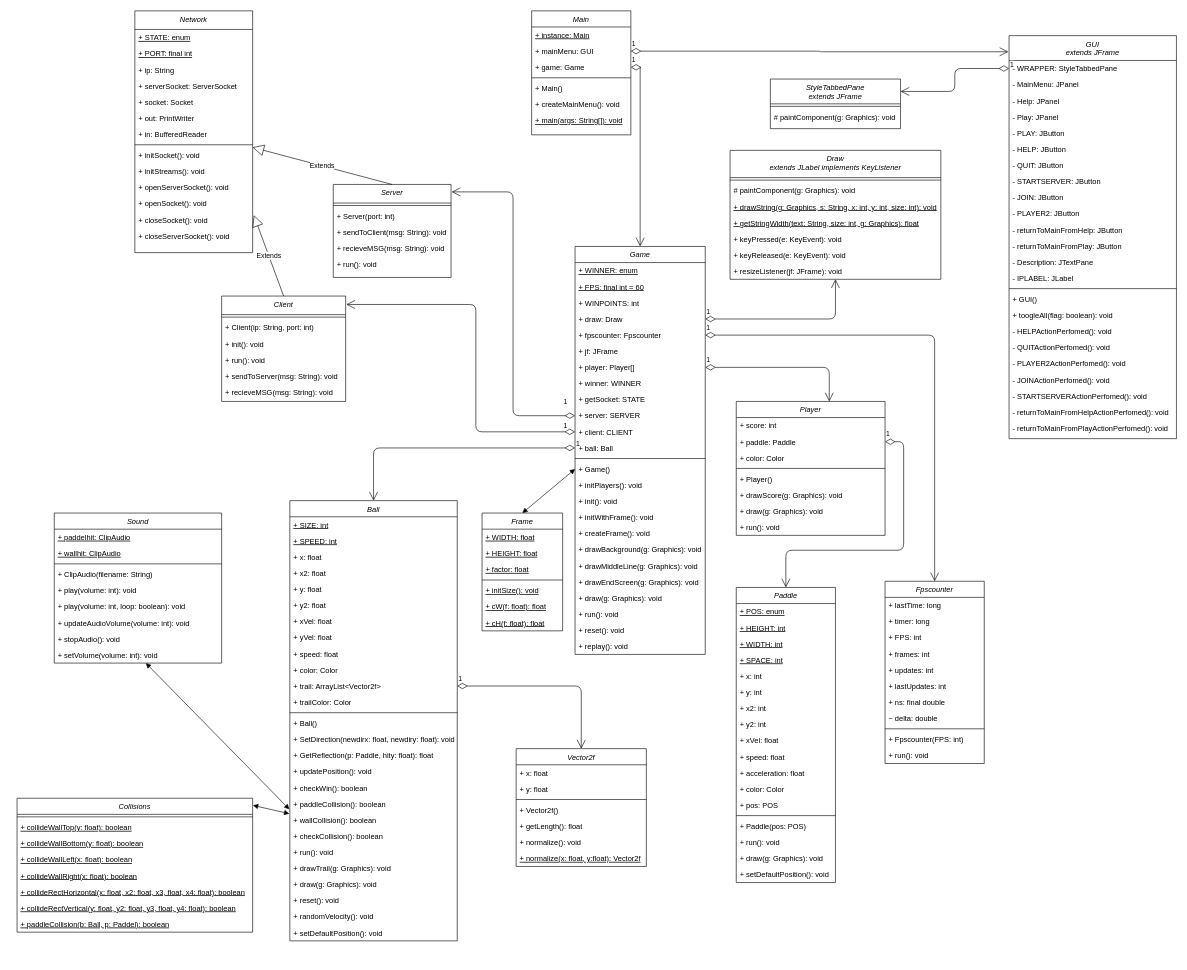
The draw.io diagram Klassendiagramm.drawio in ViktorTrojan/SimplePong, before the edit. Source tidied: cells renumbered, new cells numbered last; positions are measured from the earlier drawing's top-left corner, leaving out a move shared by most shapes. Both pictures are drawn from the tidied source at 62%, with x=0, y=0 at pixel (17, 11).
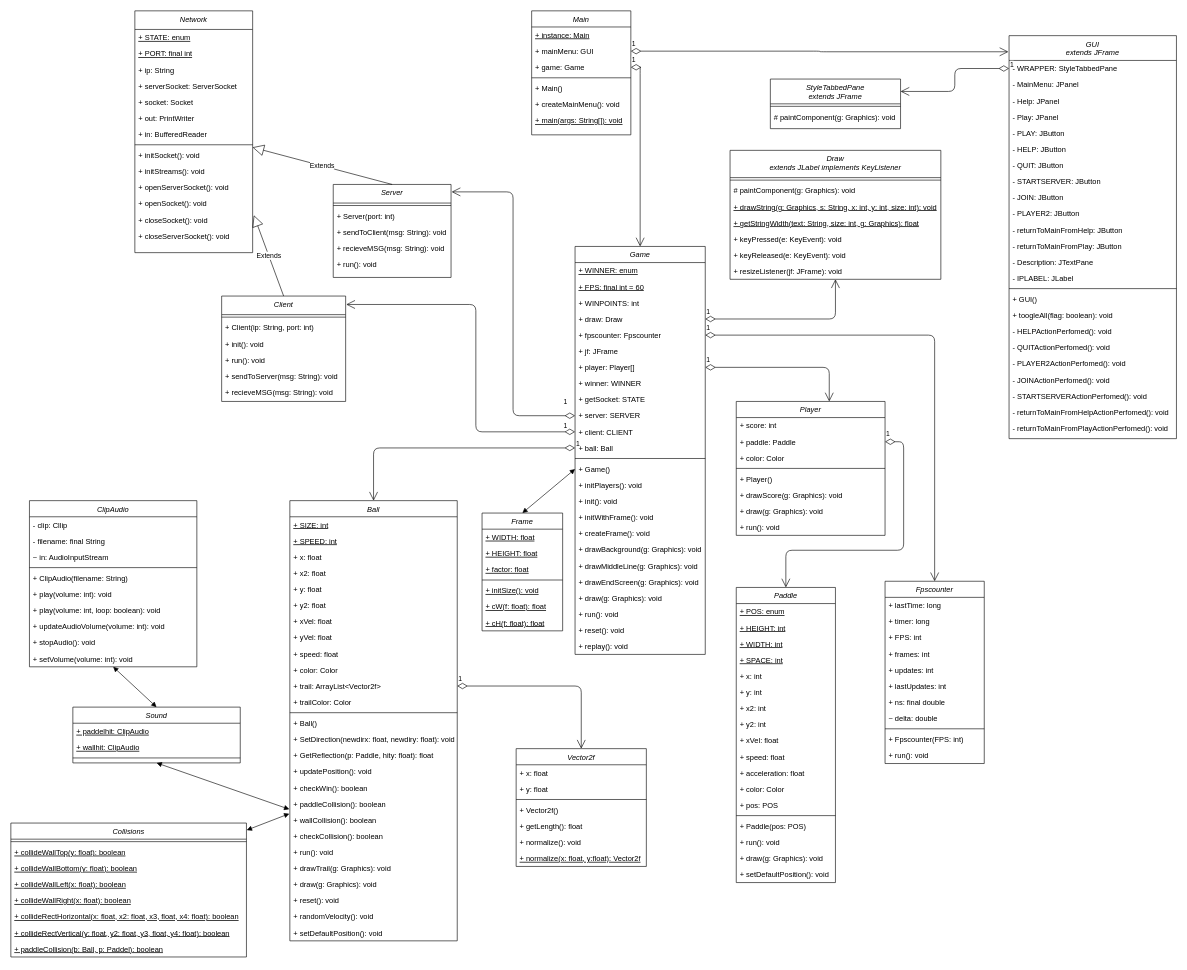
After the change.

Commit message (it also covers changes not shown here):
class diagram update

Unchanged cells that the change refers to:
```xml
<mxCell id="168" value="+ paddleCollision(): boolean" style="text;align=left;verticalAlign=top;spacingLeft=4;spacingRight=4;overflow=hidden;points=[[0,0.5],[1,0.5]];portConstraint=eastwest;" parent="149" vertex="1">
  <mxGeometry y="476" width="270" height="26" as="geometry" />
</mxCell>
```

What changed in the source:
```diff
@@
     <mxCell id="61" value="Collisions" style="swimlane;fontStyle=2;align=center;verticalAlign=top;horizontal=1;startSize=26;rounded=0;shadow=0;strokeWidth=1;" parent="1" vertex="1">
-      <mxGeometry y="1270" width="380" height="216" as="geometry" />
+      <mxGeometry x="-10" y="1310" width="380" height="216" as="geometry" />
     </mxCell>
@@
     <mxCell id="139" value="Sound" style="swimlane;fontStyle=2;align=center;verticalAlign=top;horizontal=1;startSize=26;rounded=0;shadow=0;strokeWidth=1;" parent="1" vertex="1">
-      <mxGeometry x="60" y="810" width="270" height="242" as="geometry" />
+      <mxGeometry x="90" y="1123" width="270" height="90" as="geometry" />
     </mxCell>
@@
-    <mxCell id="143" value="+ ClipAudio(filename: String)" style="text;align=left;verticalAlign=top;spacingLeft=4;spacingRight=4;overflow=hidden;" parent="139" vertex="1">
-      <mxGeometry y="86" width="270" height="26" as="geometry" />
-    </mxCell>
-    <mxCell id="144" value="+ play(volume: int): void" style="text;align=left;verticalAlign=top;spacingLeft=4;spacingRight=4;overflow=hidden;" parent="139" vertex="1">
-      <mxGeometry y="112" width="270" height="26" as="geometry" />
-    </mxCell>
-    <mxCell id="145" value="+ play(volume: int, loop: boolean): void" style="text;align=left;verticalAlign=top;spacingLeft=4;spacingRight=4;overflow=hidden;" parent="139" vertex="1">
-      <mxGeometry y="138" width="270" height="26" as="geometry" />
-    </mxCell>
-    <mxCell id="146" value="+ updateAudioVolume(volume: int): void" style="text;align=left;verticalAlign=top;spacingLeft=4;spacingRight=4;overflow=hidden;" parent="139" vertex="1">
-      <mxGeometry y="164" width="270" height="26" as="geometry" />
-    </mxCell>
-    <mxCell id="147" value="+ stopAudio(): void" style="text;align=left;verticalAlign=top;spacingLeft=4;spacingRight=4;overflow=hidden;" parent="139" vertex="1">
-      <mxGeometry y="190" width="270" height="26" as="geometry" />
-    </mxCell>
-    <mxCell id="148" value="+ setVolume(volume: int): void" style="text;align=left;verticalAlign=top;spacingLeft=4;spacingRight=4;overflow=hidden;points=[[0,0.5],[1,0.5]];portConstraint=eastwest;" parent="139" vertex="1">
-      <mxGeometry y="216" width="270" height="26" as="geometry" />
-    </mxCell>
@@
-    <mxCell id="211" style="endArrow=block;startArrow=block;endFill=1;startFill=1;html=1;rounded=0;entryX=-0.003;entryY=0.839;entryDx=0;entryDy=0;entryPerimeter=0;" parent="1" edge="1" source="148" target="168">
+    <mxCell id="211" style="endArrow=block;startArrow=block;endFill=1;startFill=1;html=1;rounded=0;entryX=-0.003;entryY=0.839;entryDx=0;entryDy=0;entryPerimeter=0;exitX=0.5;exitY=1;exitDx=0;exitDy=0;" parent="1" edge="1" source="139" target="168">
       <mxGeometry relative="1" as="geometry" />
     </mxCell>
@@
+    <mxCell id="219" value="ClipAudio" style="swimlane;fontStyle=2;align=center;verticalAlign=top;horizontal=1;startSize=26;rounded=0;shadow=0;strokeWidth=1;" parent="1" vertex="1">
+      <mxGeometry x="20" y="790" width="270" height="268" as="geometry" />
+    </mxCell>
+    <mxCell id="220" value="- clip: Cllip" style="text;align=left;verticalAlign=top;spacingLeft=4;spacingRight=4;overflow=hidden;" parent="219" vertex="1">
+      <mxGeometry y="26" width="270" height="26" as="geometry" />
+    </mxCell>
+    <mxCell id="221" value="- filename: final String" style="text;align=left;verticalAlign=top;spacingLeft=4;spacingRight=4;overflow=hidden;" parent="219" vertex="1">
+      <mxGeometry y="52" width="270" height="26" as="geometry" />
+    </mxCell>
+    <mxCell id="222" value="~ in: AudioInputStream" style="text;align=left;verticalAlign=top;spacingLeft=4;spacingRight=4;overflow=hidden;" parent="219" vertex="1">
+      <mxGeometry y="78" width="270" height="26" as="geometry" />
+    </mxCell>
+    <mxCell id="223" style="line;html=1;strokeWidth=1;align=left;verticalAlign=middle;spacingTop=-1;spacingLeft=3;spacingRight=3;labelPosition=right;" parent="219" vertex="1">
+      <mxGeometry y="104" width="270" height="8" as="geometry" />
+    </mxCell>
+    <mxCell id="143" value="+ ClipAudio(filename: String)" style="text;align=left;verticalAlign=top;spacingLeft=4;spacingRight=4;overflow=hidden;" parent="219" vertex="1">
+      <mxGeometry y="112" width="270" height="26" as="geometry" />
+    </mxCell>
+    <mxCell id="144" value="+ play(volume: int): void" style="text;align=left;verticalAlign=top;spacingLeft=4;spacingRight=4;overflow=hidden;" parent="219" vertex="1">
+      <mxGeometry y="138" width="270" height="26" as="geometry" />
+    </mxCell>
+    <mxCell id="145" value="+ play(volume: int, loop: boolean): void" style="text;align=left;verticalAlign=top;spacingLeft=4;spacingRight=4;overflow=hidden;" parent="219" vertex="1">
+      <mxGeometry y="164" width="270" height="26" as="geometry" />
+    </mxCell>
+    <mxCell id="146" value="+ updateAudioVolume(volume: int): void" style="text;align=left;verticalAlign=top;spacingLeft=4;spacingRight=4;overflow=hidden;" parent="219" vertex="1">
+      <mxGeometry y="190" width="270" height="26" as="geometry" />
+    </mxCell>
+    <mxCell id="147" value="+ stopAudio(): void" style="text;align=left;verticalAlign=top;spacingLeft=4;spacingRight=4;overflow=hidden;" parent="219" vertex="1">
+      <mxGeometry y="216" width="270" height="26" as="geometry" />
+    </mxCell>
+    <mxCell id="148" value="+ setVolume(volume: int): void" style="text;align=left;verticalAlign=top;spacingLeft=4;spacingRight=4;overflow=hidden;points=[[0,0.5],[1,0.5]];portConstraint=eastwest;" parent="219" vertex="1">
+      <mxGeometry y="242" width="270" height="26" as="geometry" />
+    </mxCell>
+    <mxCell id="224" style="endArrow=block;startArrow=block;endFill=1;startFill=1;html=1;rounded=0;exitX=0.5;exitY=1;exitDx=0;exitDy=0;entryX=0.5;entryY=0;entryDx=0;entryDy=0;" parent="1" edge="1" source="219" target="139">
+      <mxGeometry relative="1" as="geometry" />
+    </mxCell>
```
